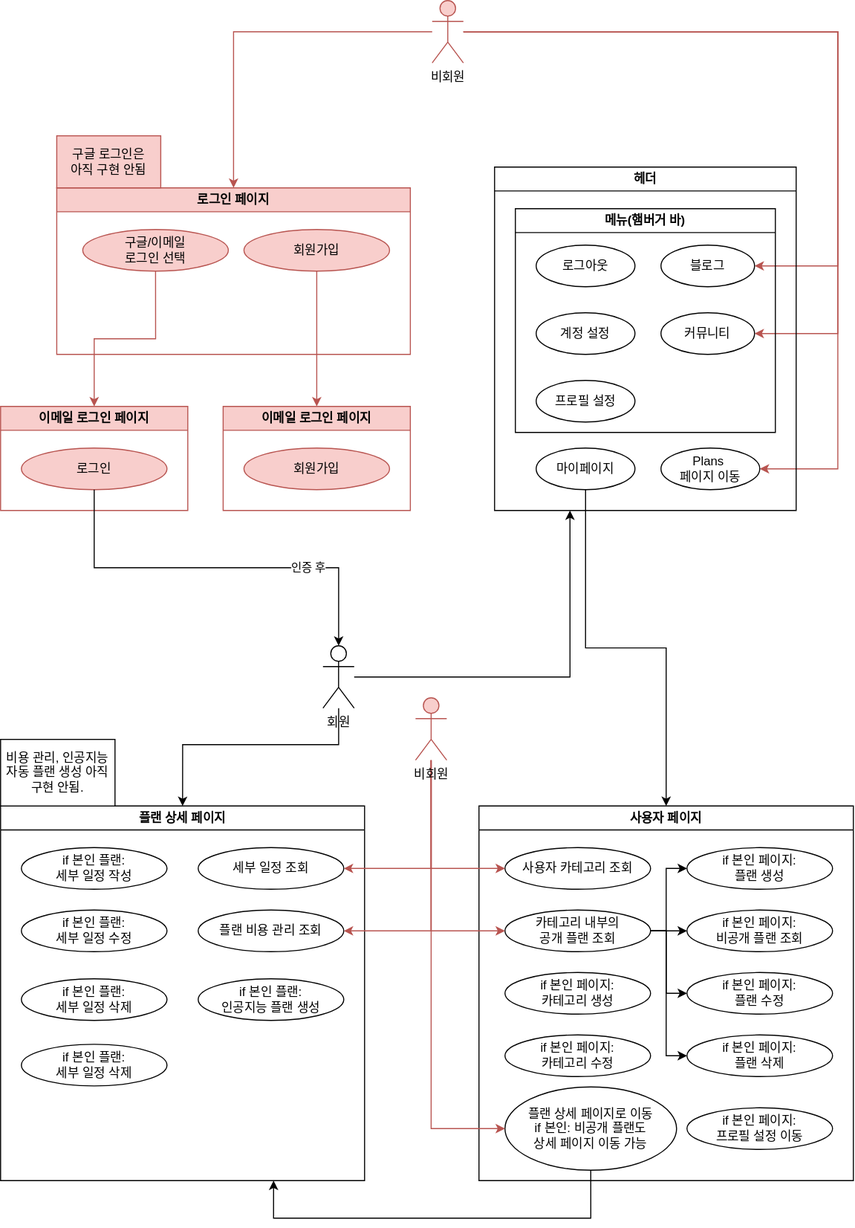
Earlier version of the draw.io export tripwith.ui-usecase.drawio.svg (tripwith-dev/tripwith). Source tidied: cells renumbered, new cells last; positions are measured from the earlier drawing's top-left corner, leaving out a move shared by most shapes.
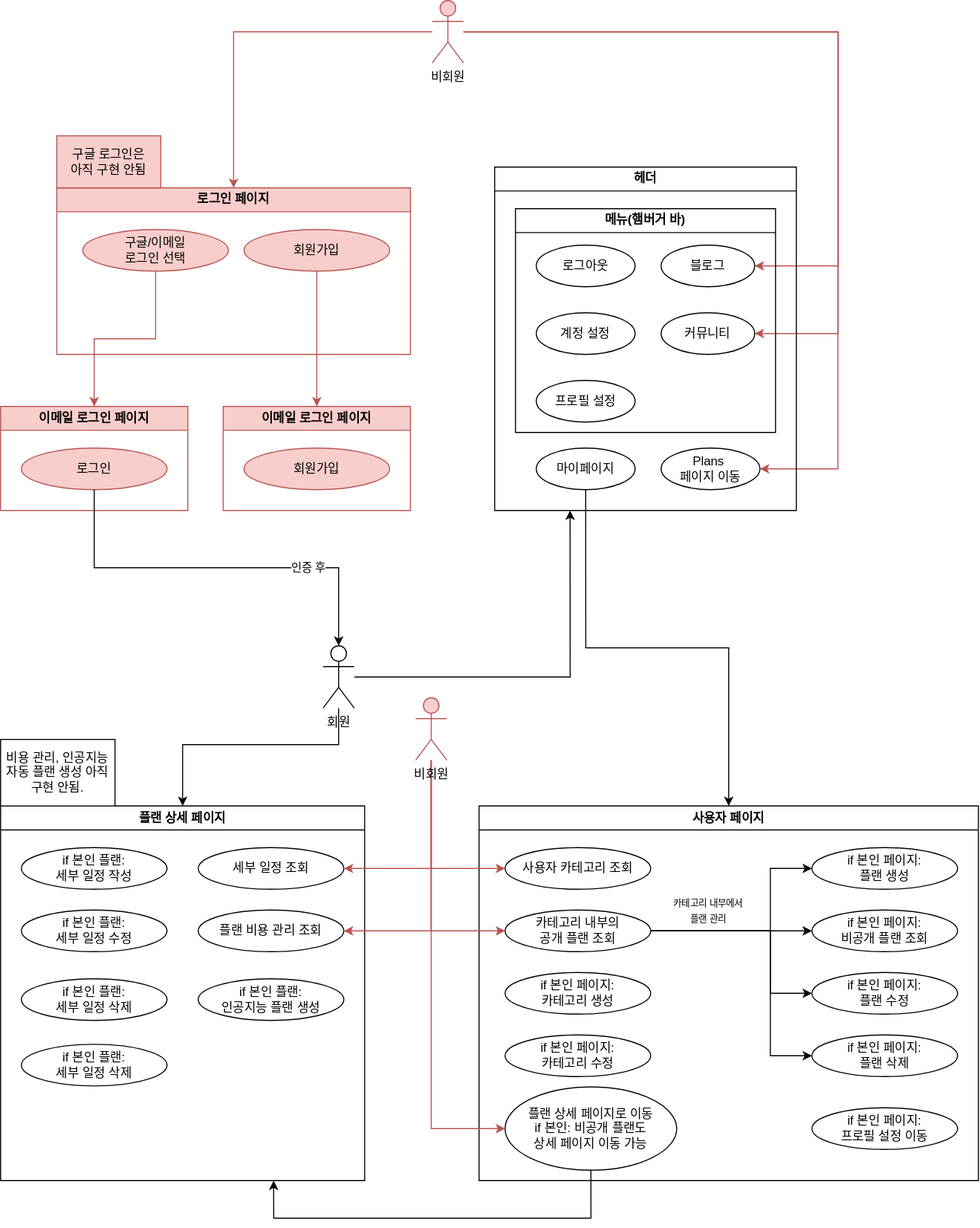
After the commit.

Commit message:
docs: update user page

The edit, as a diff of the source:
```diff
@@ -45,7 +45,7 @@
       <mxGeometry x="54" y="130" width="100" height="50" as="geometry" />
     </mxCell>
     <mxCell id="11" value="사용자 페이지" style="swimlane;whiteSpace=wrap;html=1;" parent="1" vertex="1">
-      <mxGeometry x="460" y="774" width="360" height="360" as="geometry" />
+      <mxGeometry x="460" y="774" width="480" height="360" as="geometry" />
     </mxCell>
     <mxCell id="12" value="사용자 카테고리 조회" style="ellipse;whiteSpace=wrap;html=1;" parent="11" vertex="1">
       <mxGeometry x="25" y="40" width="140" height="40" as="geometry" />
@@ -53,8 +53,8 @@
     <mxCell id="13" style="edgeStyle=orthogonalEdgeStyle;rounded=0;jettySize=auto;html=1;exitX=1;exitY=0.5;exitDx=0;exitDy=0;entryX=0;entryY=0.5;entryDx=0;entryDy=0;" parent="11" edge="1" source="17" target="20">
       <mxGeometry relative="1" as="geometry">
         <Array as="points">
-          <mxPoint x="180" y="120" />
-          <mxPoint x="180" y="60" />
+          <mxPoint x="280" y="120" />
+          <mxPoint x="280" y="60" />
         </Array>
       </mxGeometry>
     </mxCell>
@@ -64,16 +64,16 @@
     <mxCell id="15" style="edgeStyle=orthogonalEdgeStyle;rounded=0;jettySize=auto;html=1;exitX=1;exitY=0.5;exitDx=0;exitDy=0;entryX=0;entryY=0.5;entryDx=0;entryDy=0;" parent="11" edge="1" source="17" target="21">
       <mxGeometry relative="1" as="geometry">
         <Array as="points">
-          <mxPoint x="180" y="120" />
-          <mxPoint x="180" y="180" />
+          <mxPoint x="280" y="120" />
+          <mxPoint x="280" y="180" />
         </Array>
       </mxGeometry>
     </mxCell>
     <mxCell id="16" style="edgeStyle=orthogonalEdgeStyle;rounded=0;jettySize=auto;html=1;exitX=1;exitY=0.5;exitDx=0;exitDy=0;entryX=0;entryY=0.5;entryDx=0;entryDy=0;" parent="11" edge="1" source="17" target="23">
       <mxGeometry relative="1" as="geometry">
         <Array as="points">
-          <mxPoint x="180" y="120" />
-          <mxPoint x="180" y="240" />
+          <mxPoint x="280" y="120" />
+          <mxPoint x="280" y="240" />
         </Array>
       </mxGeometry>
     </mxCell>
@@ -87,23 +87,26 @@
       <mxGeometry x="25" y="220" width="140" height="40" as="geometry" />
     </mxCell>
     <mxCell id="20" value="if 본인 페이지:&lt;br&gt;플랜 생성" style="ellipse;whiteSpace=wrap;html=1;" parent="11" vertex="1">
-      <mxGeometry x="200" y="40" width="140" height="40" as="geometry" />
+      <mxGeometry x="320" y="40" width="140" height="40" as="geometry" />
     </mxCell>
     <mxCell id="21" value="if 본인 페이지:&lt;br&gt;플랜 수정" style="ellipse;whiteSpace=wrap;html=1;" parent="11" vertex="1">
-      <mxGeometry x="200" y="160" width="140" height="40" as="geometry" />
+      <mxGeometry x="320" y="160" width="140" height="40" as="geometry" />
     </mxCell>
     <mxCell id="22" value="if 본인 페이지:&lt;br&gt;비공개 플랜 조회" style="ellipse;whiteSpace=wrap;html=1;" parent="11" vertex="1">
-      <mxGeometry x="200" y="100" width="140" height="40" as="geometry" />
+      <mxGeometry x="320" y="100" width="140" height="40" as="geometry" />
     </mxCell>
     <mxCell id="23" value="if 본인 페이지:&lt;br&gt;플랜 삭제" style="ellipse;whiteSpace=wrap;html=1;" parent="11" vertex="1">
-      <mxGeometry x="200" y="220" width="140" height="40" as="geometry" />
+      <mxGeometry x="320" y="220" width="140" height="40" as="geometry" />
     </mxCell>
     <mxCell id="24" value="플랜 상세 페이지로 이동&lt;br&gt;if 본인: 비공개 플랜도&lt;br&gt;상세 페이지 이동 가능" style="ellipse;whiteSpace=wrap;html=1;" parent="11" vertex="1">
       <mxGeometry x="25" y="270" width="165" height="80" as="geometry" />
     </mxCell>
     <mxCell id="25" value="if 본인 페이지:&lt;br&gt;프로필 설정 이동" style="ellipse;whiteSpace=wrap;html=1;" parent="11" vertex="1">
-      <mxGeometry x="200" y="290" width="140" height="40" as="geometry" />
+      <mxGeometry x="320" y="290" width="140" height="40" as="geometry" />
     </mxCell>
+    <mxCell id="63" value="&lt;font style=&quot;font-size: 9px; line-height: 110%;&quot;&gt;카테고리 내부에서&lt;br&gt;플랜 관리&lt;/font&gt;" style="text;html=1;align=center;verticalAlign=middle;strokeColor=none;fillColor=none;" parent="11" vertex="1">
+      <mxGeometry x="165" y="80" width="110" height="40" as="geometry" />
+    </mxCell>
     <mxCell id="26" value="이메일 로그인 페이지" style="swimlane;whiteSpace=wrap;html=1;fillColor=#f8cecc;strokeColor=#b85450;" parent="1" vertex="1">
       <mxGeometry y="390" width="180" height="100" as="geometry" />
     </mxCell>
```
